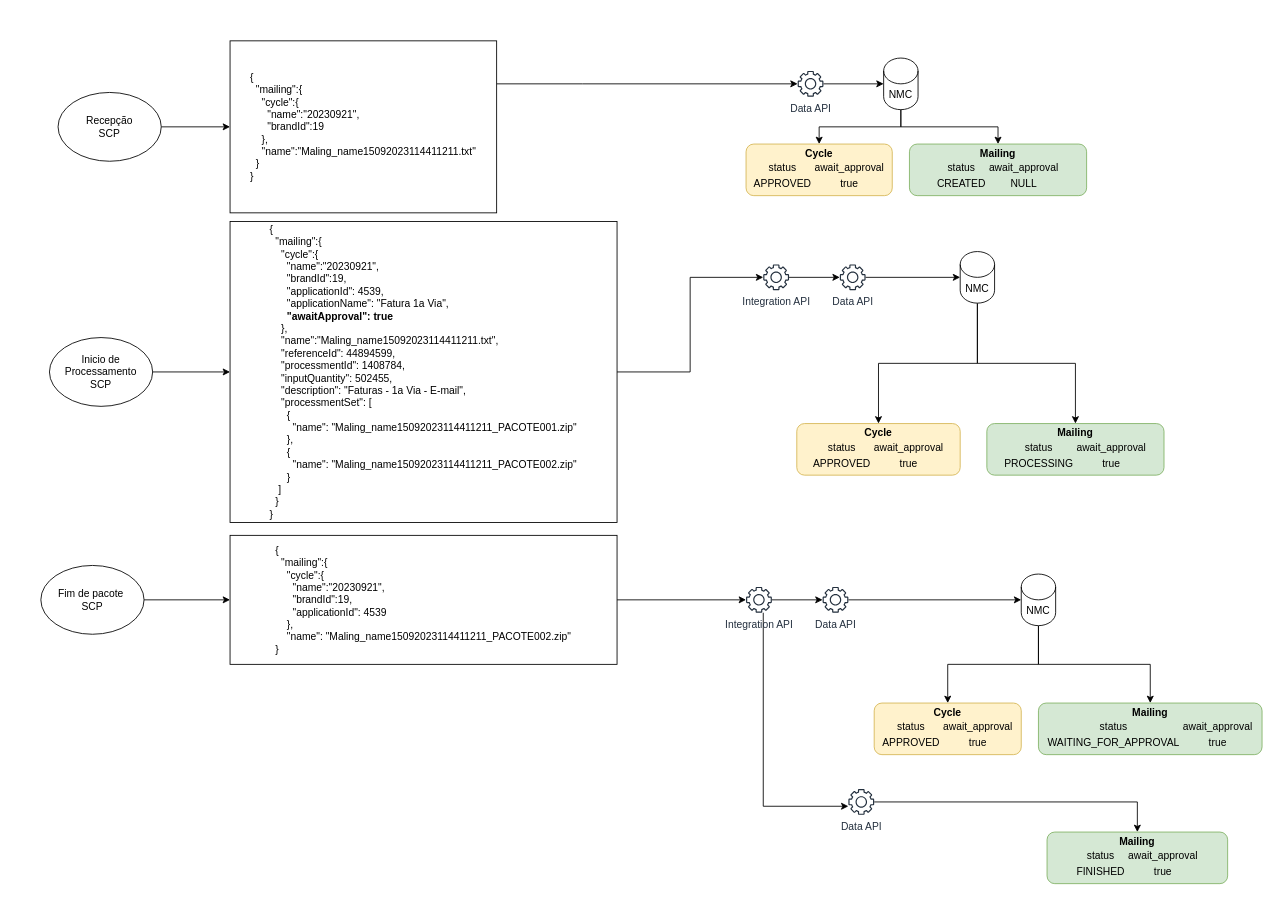
caio-bueno/draws-valid keeps this draw.io diagram as page "Cenário Ciclo Aprovado" (3 of 3) of Diagramas Aprovação de Ciclo.drawio. Above is the earlier version. Source tidied: cells renumbered, new cells numbered last; positions are measured from the earlier drawing's top-left corner, leaving out a move shared by most shapes. Both pictures are drawn from the tidied source at 86%, with x=0, y=0 at pixel (40, 40).
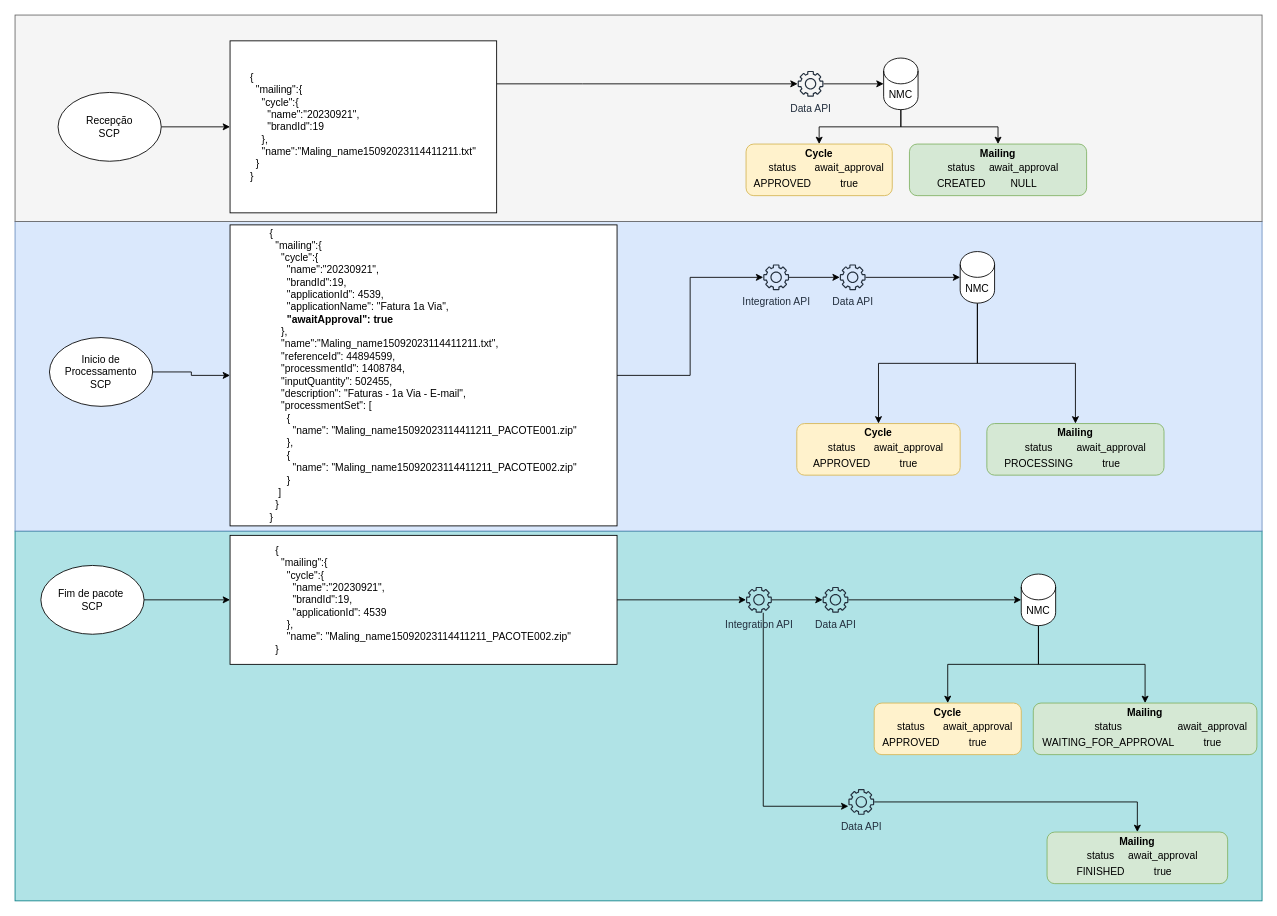
The same page after the edit.

Diff of the diagram source:
```diff
@@
+    <mxCell id="43" style="rounded=0;whiteSpace=wrap;html=1;fillColor=#b0e3e6;strokeColor=#0e8088;" parent="1" vertex="1">
+      <mxGeometry x="-30" y="570" width="1450" height="430" as="geometry" />
+    </mxCell>
+    <mxCell id="44" style="rounded=0;whiteSpace=wrap;html=1;fillColor=#dae8fc;strokeColor=#6c8ebf;" parent="1" vertex="1">
+      <mxGeometry x="-30" y="210" width="1450" height="360" as="geometry" />
+    </mxCell>
+    <mxCell id="45" style="rounded=0;whiteSpace=wrap;html=1;fillColor=#f5f5f5;strokeColor=#666666;fontColor=#333333;" parent="1" vertex="1">
+      <mxGeometry x="-30" y="-30" width="1450" height="240" as="geometry" />
+    </mxCell>
@@
     <mxCell id="17" value="&lt;div style=&quot;border-color: var(--border-color); text-align: left;&quot;&gt;{&lt;/div&gt;&lt;div style=&quot;border-color: var(--border-color); text-align: left;&quot;&gt;&amp;nbsp; &quot;mailing&quot;:{&lt;/div&gt;&lt;div style=&quot;border-color: var(--border-color); text-align: left;&quot;&gt;&amp;nbsp; &amp;nbsp; &quot;cycle&quot;:{&lt;/div&gt;&lt;div style=&quot;border-color: var(--border-color); text-align: left;&quot;&gt;&amp;nbsp; &amp;nbsp; &amp;nbsp; &quot;name&quot;:&quot;20230921&quot;,&lt;/div&gt;&lt;div style=&quot;border-color: var(--border-color); text-align: left;&quot;&gt;&amp;nbsp; &amp;nbsp; &amp;nbsp; &quot;brandId&quot;:19,&lt;/div&gt;&lt;div style=&quot;border-color: var(--border-color); text-align: left;&quot;&gt;&lt;div style=&quot;border-color: var(--border-color);&quot;&gt;&amp;nbsp; &amp;nbsp; &amp;nbsp; &quot;applicationId&quot;: 4539,&lt;/div&gt;&lt;div style=&quot;border-color: var(--border-color);&quot;&gt;&amp;nbsp; &amp;nbsp; &amp;nbsp; &quot;applicationName&quot;: &quot;Fatura 1a Via&quot;,&lt;/div&gt;&lt;div style=&quot;border-color: var(--border-color);&quot;&gt;&amp;nbsp; &amp;nbsp; &amp;nbsp;&amp;nbsp;&lt;b style=&quot;border-color: var(--border-color);&quot;&gt;&quot;awaitApproval&quot;: true&lt;/b&gt;&lt;br&gt;&lt;/div&gt;&lt;/div&gt;&lt;div style=&quot;border-color: var(--border-color); text-align: left;&quot;&gt;&amp;nbsp; &amp;nbsp; },&lt;/div&gt;&lt;div style=&quot;border-color: var(--border-color); text-align: left;&quot;&gt;&amp;nbsp; &amp;nbsp; &quot;name&quot;:&quot;Maling_name15092023114411211.txt&quot;,&lt;/div&gt;&lt;div style=&quot;border-color: var(--border-color); text-align: left;&quot;&gt;&lt;div style=&quot;border-color: var(--border-color);&quot;&gt;&amp;nbsp; &amp;nbsp; &quot;referenceId&quot;: 44894599,&lt;/div&gt;&lt;div style=&quot;border-color: var(--border-color);&quot;&gt;&amp;nbsp; &amp;nbsp; &quot;processmentId&quot;: 1408784,&lt;/div&gt;&lt;div style=&quot;border-color: var(--border-color);&quot;&gt;&amp;nbsp; &amp;nbsp; &quot;inputQuantity&quot;: 502455,&lt;/div&gt;&lt;div style=&quot;border-color: var(--border-color);&quot;&gt;&amp;nbsp; &amp;nbsp; &quot;description&quot;: &quot;Faturas - 1a Via - E-mail&quot;,&lt;/div&gt;&lt;div style=&quot;border-color: var(--border-color);&quot;&gt;&lt;div style=&quot;border-color: var(--border-color);&quot;&gt;&amp;nbsp; &amp;nbsp; &quot;processmentSet&quot;: [&lt;/div&gt;&lt;div style=&quot;border-color: var(--border-color);&quot;&gt;&amp;nbsp; &amp;nbsp; &amp;nbsp; {&lt;/div&gt;&lt;div style=&quot;border-color: var(--border-color);&quot;&gt;&amp;nbsp; &amp;nbsp; &amp;nbsp; &amp;nbsp; &quot;name&quot;: &quot;Maling_name15092023114411211_PACOTE001.zip&quot;&lt;/div&gt;&lt;div style=&quot;border-color: var(--border-color);&quot;&gt;&amp;nbsp; &amp;nbsp; &amp;nbsp; },&lt;/div&gt;&lt;div style=&quot;border-color: var(--border-color);&quot;&gt;&amp;nbsp; &amp;nbsp; &amp;nbsp; {&lt;/div&gt;&lt;div style=&quot;border-color: var(--border-color);&quot;&gt;&amp;nbsp; &amp;nbsp; &amp;nbsp; &amp;nbsp; &quot;name&quot;: &quot;Maling_name15092023114411211_PACOTE002.zip&quot;&lt;br&gt;&lt;/div&gt;&lt;div style=&quot;border-color: var(--border-color);&quot;&gt;&amp;nbsp; &amp;nbsp; &amp;nbsp; }&lt;/div&gt;&lt;div style=&quot;border-color: var(--border-color);&quot;&gt;&amp;nbsp; &amp;nbsp;]&lt;/div&gt;&lt;/div&gt;&lt;/div&gt;&lt;div style=&quot;border-color: var(--border-color); text-align: left;&quot;&gt;&amp;nbsp; }&lt;/div&gt;&lt;div style=&quot;border-color: var(--border-color); text-align: left;&quot;&gt;}&lt;/div&gt;" style="rounded=0;whiteSpace=wrap;html=1;" parent="1" vertex="1">
-      <mxGeometry x="220" y="210" width="450" height="350" as="geometry" />
+      <mxGeometry x="220" y="214" width="450" height="350" as="geometry" />
     </mxCell>
@@
     <mxCell id="27" value="&lt;b&gt;Mailing&lt;/b&gt;&lt;br&gt;&lt;table&gt;&lt;tbody&gt;&lt;tr&gt;&lt;td&gt;status&lt;/td&gt;&lt;td&gt;await_approval&lt;/td&gt;&lt;/tr&gt;&lt;tr&gt;&lt;td&gt;WAITING_FOR_APPROVAL&lt;/td&gt;&lt;td&gt;true&lt;/td&gt;&lt;/tr&gt;&lt;/tbody&gt;&lt;/table&gt;" style="rounded=1;whiteSpace=wrap;html=1;fillColor=#d5e8d4;strokeColor=#82b366;" parent="1" vertex="1">
-      <mxGeometry x="1160" y="770" width="260" height="60" as="geometry" />
+      <mxGeometry x="1154" y="770" width="260" height="60" as="geometry" />
     </mxCell>
```
